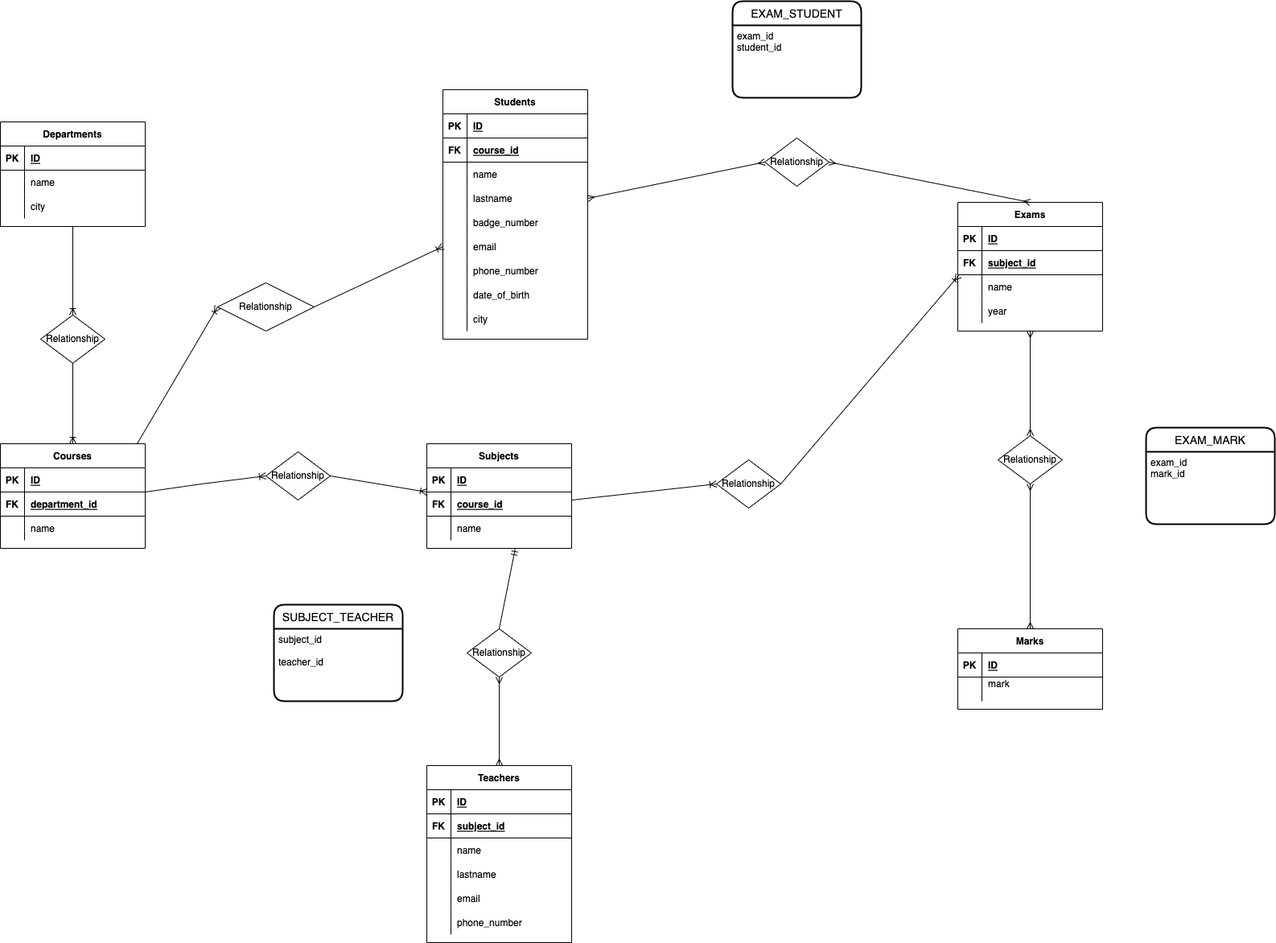
Before: university.png, a diagram exported from draw.io (Alexxboc/db-university). Source tidied: cells renumbered, new cells last; positions are measured from the earlier drawing's top-left corner, leaving out a move shared by most shapes.
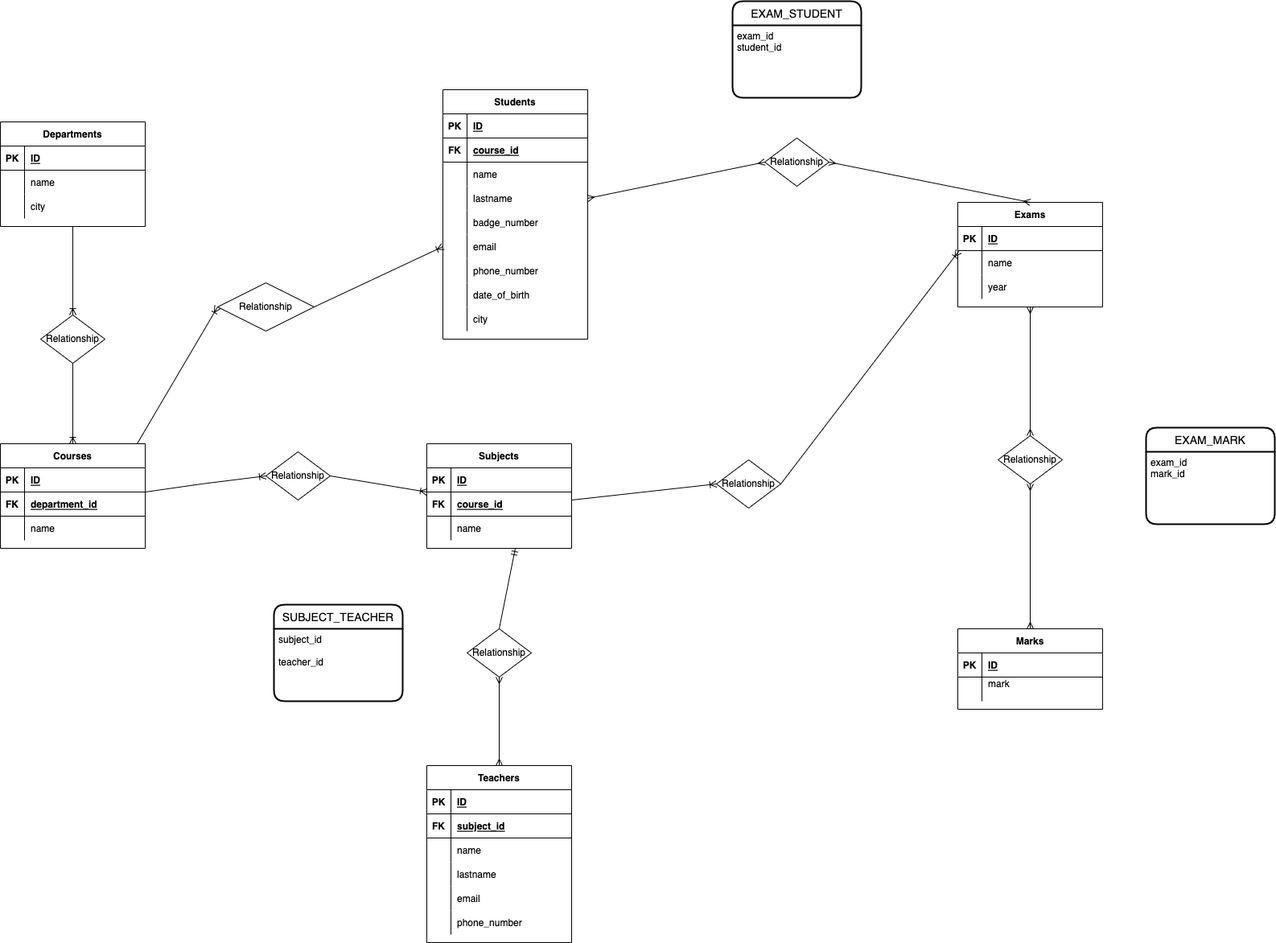
After the commit.

Commit message:
delete Fk in teacher tabel

What changed in the source:
```diff
@@ -150,7 +150,7 @@
       <mxGeometry x="30" width="150" height="30" as="geometry" />
     </mxCell>
     <mxCell id="51" value="Exams" style="shape=table;startSize=30;rowLines=0;fontStyle=1;align=center;" parent="1" vertex="1">
-      <mxGeometry x="1190" y="250" width="180" height="160" as="geometry" />
+      <mxGeometry x="1190" y="250" width="180" height="130" as="geometry" />
     </mxCell>
     <mxCell id="52" style="shape=partialRectangle;fillColor=none;top=0;left=0;bottom=1;right=0;" parent="51" vertex="1">
       <mxGeometry y="30" width="180" height="30" as="geometry" />
@@ -161,17 +161,8 @@
     <mxCell id="54" value="ID" style="shape=partialRectangle;fillColor=none;top=0;left=0;bottom=0;right=0;align=left;spacingLeft=6;fontStyle=5;overflow=hidden;" parent="52" vertex="1">
       <mxGeometry x="30" width="150" height="30" as="geometry" />
     </mxCell>
-    <mxCell id="55" style="shape=partialRectangle;fillColor=none;top=0;left=0;bottom=1;right=0;" parent="51" vertex="1">
-      <mxGeometry y="60" width="180" height="30" as="geometry" />
-    </mxCell>
-    <mxCell id="56" value="FK" style="shape=partialRectangle;fillColor=none;top=0;left=0;bottom=0;right=0;fontStyle=1;overflow=hidden;" parent="55" vertex="1">
-      <mxGeometry width="30" height="30" as="geometry" />
-    </mxCell>
-    <mxCell id="57" value="subject_id" style="shape=partialRectangle;fillColor=none;top=0;left=0;bottom=0;right=0;align=left;spacingLeft=6;fontStyle=5;overflow=hidden;" parent="55" vertex="1">
-      <mxGeometry x="30" width="150" height="30" as="geometry" />
-    </mxCell>
     <mxCell id="58" style="shape=partialRectangle;fillColor=none;top=0;left=0;bottom=0;right=0;points=[[0,0.5],[1,0.5]];portConstraint=eastwest;" parent="51" vertex="1">
-      <mxGeometry y="90" width="180" height="30" as="geometry" />
+      <mxGeometry y="60" width="180" height="30" as="geometry" />
     </mxCell>
     <mxCell id="59" style="shape=partialRectangle;fillColor=none;top=0;left=0;bottom=0;right=0;overflow=hidden;" parent="58" vertex="1">
       <mxGeometry width="30" height="30" as="geometry" />
@@ -180,7 +171,7 @@
       <mxGeometry x="30" width="150" height="30" as="geometry" />
     </mxCell>
     <mxCell id="61" style="shape=partialRectangle;fillColor=none;top=0;left=0;bottom=0;right=0;" parent="51" vertex="1">
-      <mxGeometry y="120" width="180" height="30" as="geometry" />
+      <mxGeometry y="90" width="180" height="30" as="geometry" />
     </mxCell>
     <mxCell id="62" style="shape=partialRectangle;fillColor=none;top=0;left=0;bottom=0;right=0;overflow=hidden;" parent="61" vertex="1">
       <mxGeometry width="30" height="30" as="geometry" />
```
